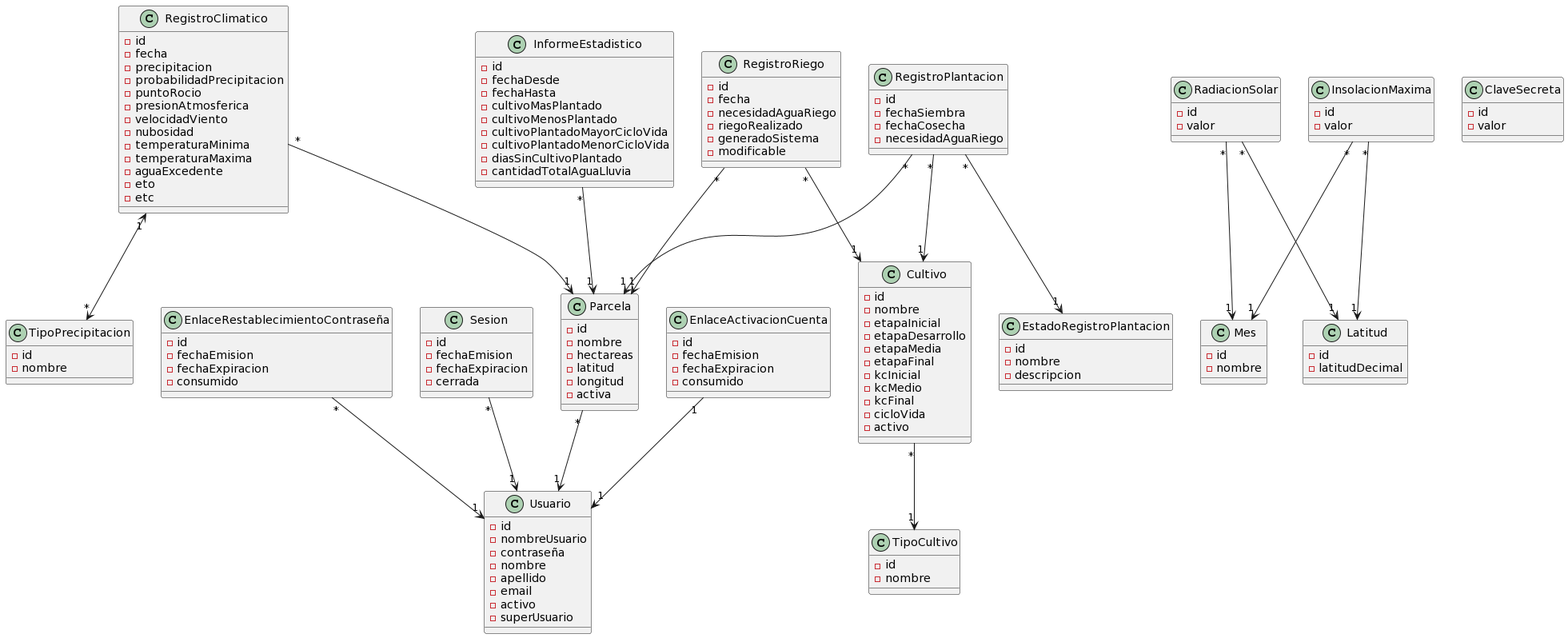
The PlantUML diagram domain model/Modelo de dominio.png in facundopaez-dev/sistema-web-riego, before a commit.
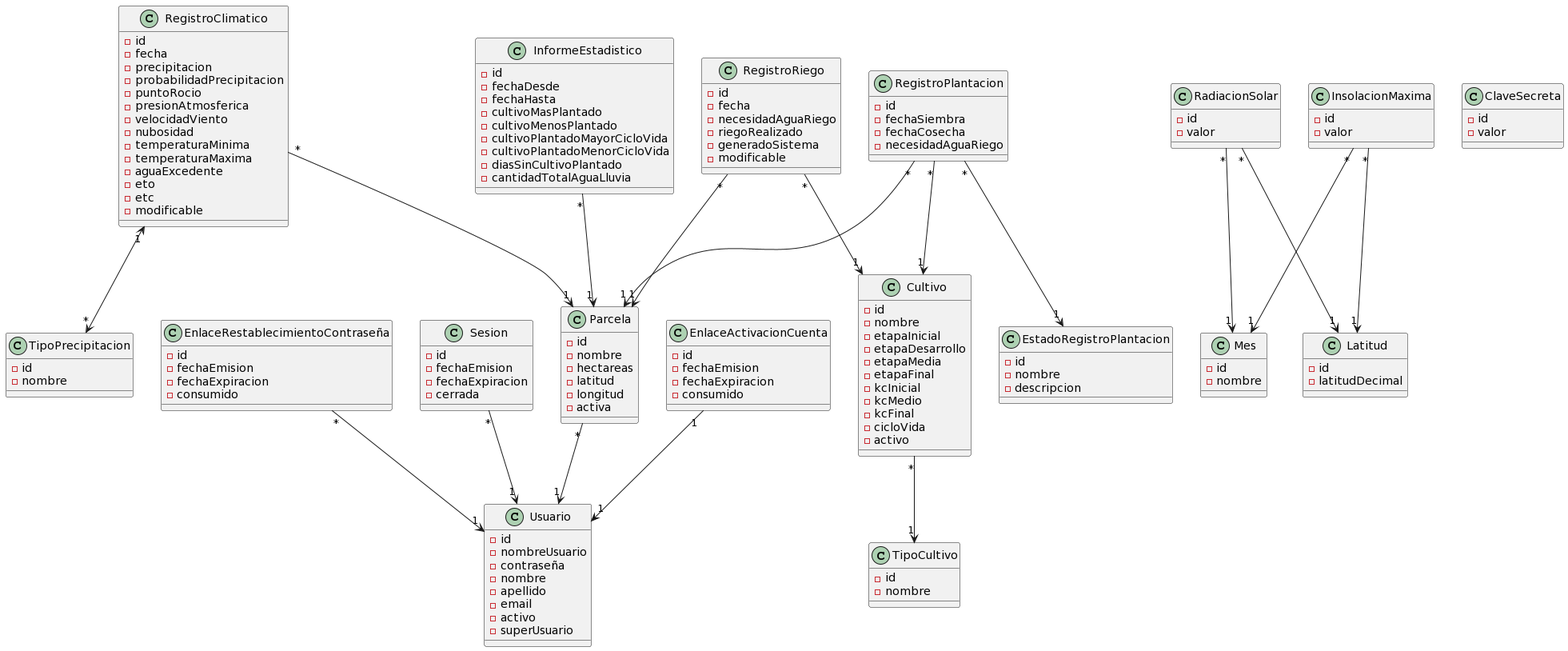
Above is the later version.

Commit message:
Atributo 'modificable' añadido a la entidad RegistroClimatico del modelo de dominio

Change to the diagram source:
```diff
@@ -71,6 +71,7 @@
 -aguaExcedente
 -eto
 -etc
+-modificable
 }
 
 class TipoPrecipitacion {
```
